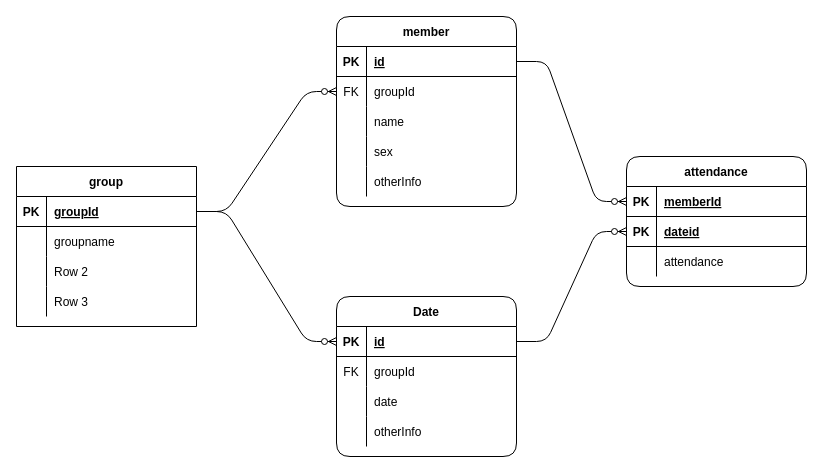
Earlier version of the draw.io diagram ER.dio (RyotaItagaki/attendance-app). Source tidied: cells renumbered, new cells numbered last; positions are measured from the earlier drawing's top-left corner, leaving out a move shared by most shapes. Both pictures are drawn from the tidied source at 100%, with x=0, y=0 at pixel (16, 16).
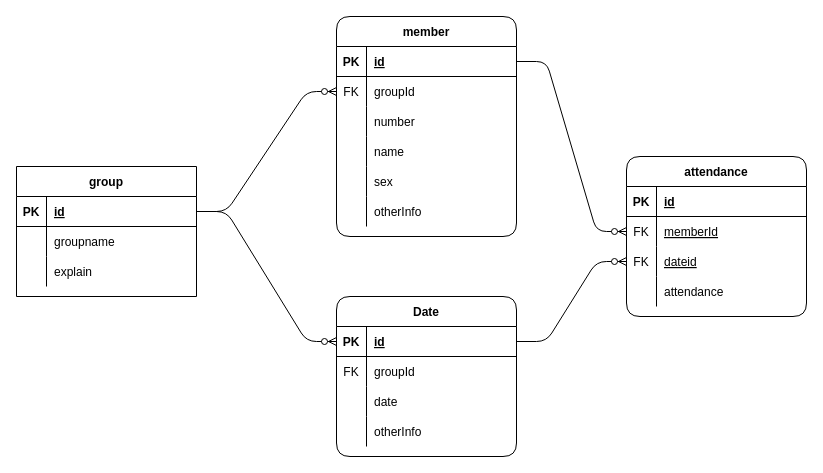
The same diagram, later.

The change refers to these unchanged cells:
```xml
<mxCell id="3" style="shape=partialRectangle;fillColor=none;top=0;left=0;bottom=1;right=0;points=[[0,0.5],[1,0.5]];portConstraint=eastwest;" parent="2" vertex="1">
  <mxGeometry y="30" width="180" height="30" as="geometry" />
</mxCell>
<mxCell id="9" style="shape=partialRectangle;fillColor=none;top=0;left=0;bottom=0;right=0;" parent="2" vertex="1">
  <mxGeometry y="90" width="180" height="30" as="geometry" />
</mxCell>
```

Diff of the diagram source:
```diff
@@
     <mxCell id="2" value="group" style="shape=table;startSize=30;childLayout=tableLayout;rowLines=0;fontStyle=1;align=center;" parent="1" vertex="1">
-      <mxGeometry y="150" width="180" height="160" as="geometry" />
+      <mxGeometry y="150" width="180" height="130" as="geometry" />
     </mxCell>
@@
-    <mxCell id="5" value="groupId" style="shape=partialRectangle;fillColor=none;top=0;left=0;bottom=0;right=0;align=left;spacingLeft=6;fontStyle=5;overflow=hidden;" parent="3" vertex="1">
+    <mxCell id="5" value="id" style="shape=partialRectangle;fillColor=none;top=0;left=0;bottom=0;right=0;align=left;spacingLeft=6;fontStyle=5;overflow=hidden;" parent="3" vertex="1">
       <mxGeometry x="30" width="150" height="30" as="geometry" />
     </mxCell>
@@
-    <mxCell id="11" value="Row 2" style="shape=partialRectangle;fillColor=none;top=0;left=0;bottom=0;right=0;align=left;spacingLeft=6;overflow=hidden;" parent="9" vertex="1">
+    <mxCell id="11" value="explain" style="shape=partialRectangle;fillColor=none;top=0;left=0;bottom=0;right=0;align=left;spacingLeft=6;overflow=hidden;" parent="9" vertex="1">
       <mxGeometry x="30" width="150" height="30" as="geometry" />
     </mxCell>
-    <mxCell id="12" style="shape=partialRectangle;fillColor=none;top=0;left=0;bottom=0;right=0;" parent="2" vertex="1">
-      <mxGeometry y="120" width="180" height="30" as="geometry" />
-    </mxCell>
-    <mxCell id="13" style="shape=partialRectangle;fillColor=none;top=0;left=0;bottom=0;right=0;overflow=hidden;" parent="12" vertex="1">
-      <mxGeometry width="30" height="30" as="geometry" />
-    </mxCell>
-    <mxCell id="14" value="Row 3" style="shape=partialRectangle;fillColor=none;top=0;left=0;bottom=0;right=0;align=left;spacingLeft=6;overflow=hidden;" parent="12" vertex="1">
-      <mxGeometry x="30" width="150" height="30" as="geometry" />
-    </mxCell>
     <mxCell id="15" value="member" style="shape=table;startSize=30;childLayout=tableLayout;rowLines=0;fontStyle=1;align=center;rounded=1;" parent="1" vertex="1">
-      <mxGeometry x="320" width="180" height="190" as="geometry" />
+      <mxGeometry x="320" width="180" height="220" as="geometry" />
     </mxCell>
@@
+    <mxCell id="58" style="shape=partialRectangle;fillColor=none;top=0;left=0;bottom=0;right=0;" parent="15" vertex="1">
+      <mxGeometry y="90" width="180" height="30" as="geometry" />
+    </mxCell>
+    <mxCell id="13" style="shape=partialRectangle;fillColor=none;top=0;left=0;bottom=0;right=0;overflow=hidden;" parent="58" vertex="1">
+      <mxGeometry width="30" height="30" as="geometry" />
+    </mxCell>
+    <mxCell id="59" value="number" style="shape=partialRectangle;fillColor=none;top=0;left=0;bottom=0;right=0;align=left;spacingLeft=6;overflow=hidden;" parent="58" vertex="1">
+      <mxGeometry x="30" width="150" height="30" as="geometry" />
+    </mxCell>
     <mxCell id="22" style="shape=partialRectangle;fillColor=none;top=0;left=0;bottom=0;right=0;" parent="15" vertex="1">
-      <mxGeometry y="90" width="180" height="30" as="geometry" />
+      <mxGeometry y="120" width="180" height="30" as="geometry" />
     </mxCell>
@@
     <mxCell id="25" style="shape=partialRectangle;fillColor=none;top=0;left=0;bottom=0;right=0;" parent="15" vertex="1">
-      <mxGeometry y="120" width="180" height="30" as="geometry" />
+      <mxGeometry y="150" width="180" height="30" as="geometry" />
     </mxCell>
@@
     <mxCell id="28" style="shape=partialRectangle;fillColor=none;top=0;left=0;bottom=0;right=0;" parent="15" vertex="1">
-      <mxGeometry y="150" width="180" height="30" as="geometry" />
+      <mxGeometry y="180" width="180" height="30" as="geometry" />
     </mxCell>
@@
     <mxCell id="32" value="attendance" style="shape=table;startSize=30;childLayout=tableLayout;rowLines=0;fontStyle=1;align=center;rounded=1;" parent="1" vertex="1">
-      <mxGeometry x="610" y="140" width="180" height="130" as="geometry" />
+      <mxGeometry x="610" y="140" width="180" height="160" as="geometry" />
     </mxCell>
+    <mxCell id="60" style="shape=partialRectangle;fillColor=none;top=0;left=0;bottom=1;right=0;" parent="32" vertex="1">
+      <mxGeometry y="30" width="180" height="30" as="geometry" />
+    </mxCell>
+    <mxCell id="61" value="PK" style="shape=partialRectangle;fillColor=none;top=0;left=0;bottom=0;right=0;fontStyle=1;overflow=hidden;" parent="60" vertex="1">
+      <mxGeometry width="30" height="30" as="geometry" />
+    </mxCell>
+    <mxCell id="62" value="id" style="shape=partialRectangle;fillColor=none;top=0;left=0;bottom=0;right=0;align=left;spacingLeft=6;fontStyle=5;overflow=hidden;" parent="60" vertex="1">
+      <mxGeometry x="30" width="150" height="30" as="geometry" />
+    </mxCell>
-    <mxCell id="33" style="shape=partialRectangle;fillColor=none;top=0;left=0;bottom=1;right=0;points=[[0,0.5],[1,0.5]];portConstraint=eastwest;" parent="32" vertex="1">
-      <mxGeometry y="30" width="180" height="30" as="geometry" />
+    <mxCell id="33" style="shape=partialRectangle;fillColor=none;top=0;left=0;bottom=0;right=0;points=[[0,0.5],[1,0.5]];portConstraint=eastwest;" parent="32" vertex="1">
+      <mxGeometry y="60" width="180" height="30" as="geometry" />
     </mxCell>
-    <mxCell id="34" value="PK" style="shape=partialRectangle;fillColor=none;top=0;left=0;bottom=0;right=0;fontStyle=1;overflow=hidden;" parent="33" vertex="1">
+    <mxCell id="34" value="FK" style="shape=partialRectangle;fillColor=none;top=0;left=0;bottom=0;right=0;fontStyle=0;overflow=hidden;" parent="33" vertex="1">
       <mxGeometry width="30" height="30" as="geometry" />
     </mxCell>
-    <mxCell id="35" value="memberId" style="shape=partialRectangle;fillColor=none;top=0;left=0;bottom=0;right=0;align=left;spacingLeft=6;fontStyle=5;overflow=hidden;" parent="33" vertex="1">
+    <mxCell id="35" value="memberId" style="shape=partialRectangle;top=0;left=0;bottom=0;right=0;align=left;spacingLeft=6;fontStyle=4;overflow=hidden;strokeColor=none;fillColor=none;" parent="33" vertex="1">
       <mxGeometry x="30" width="150" height="30" as="geometry" />
     </mxCell>
-    <mxCell id="36" style="shape=partialRectangle;fillColor=none;top=0;left=0;bottom=1;right=0;points=[[0,0.5],[1,0.5]];portConstraint=eastwest;" parent="32" vertex="1">
-      <mxGeometry y="60" width="180" height="30" as="geometry" />
+    <mxCell id="36" style="shape=partialRectangle;fillColor=none;top=0;left=0;bottom=0;right=0;points=[[0,0.5],[1,0.5]];portConstraint=eastwest;" parent="32" vertex="1">
+      <mxGeometry y="90" width="180" height="30" as="geometry" />
     </mxCell>
-    <mxCell id="37" value="PK" style="shape=partialRectangle;fillColor=none;top=0;left=0;bottom=0;right=0;fontStyle=1;overflow=hidden;" parent="36" vertex="1">
+    <mxCell id="37" value="FK" style="shape=partialRectangle;fillColor=none;top=0;left=0;bottom=0;right=0;fontStyle=0;overflow=hidden;" parent="36" vertex="1">
       <mxGeometry width="30" height="30" as="geometry" />
     </mxCell>
-    <mxCell id="38" value="dateid" style="shape=partialRectangle;fillColor=none;top=0;left=0;bottom=0;right=0;align=left;spacingLeft=6;fontStyle=5;overflow=hidden;" parent="36" vertex="1">
+    <mxCell id="38" value="dateid" style="shape=partialRectangle;fillColor=none;top=0;left=0;bottom=0;right=0;align=left;spacingLeft=6;fontStyle=4;overflow=hidden;" parent="36" vertex="1">
       <mxGeometry x="30" width="150" height="30" as="geometry" />
     </mxCell>
     <mxCell id="39" style="shape=partialRectangle;fillColor=none;top=0;left=0;bottom=0;right=0;" parent="32" vertex="1">
-      <mxGeometry y="90" width="180" height="30" as="geometry" />
+      <mxGeometry y="120" width="180" height="30" as="geometry" />
     </mxCell>
```
